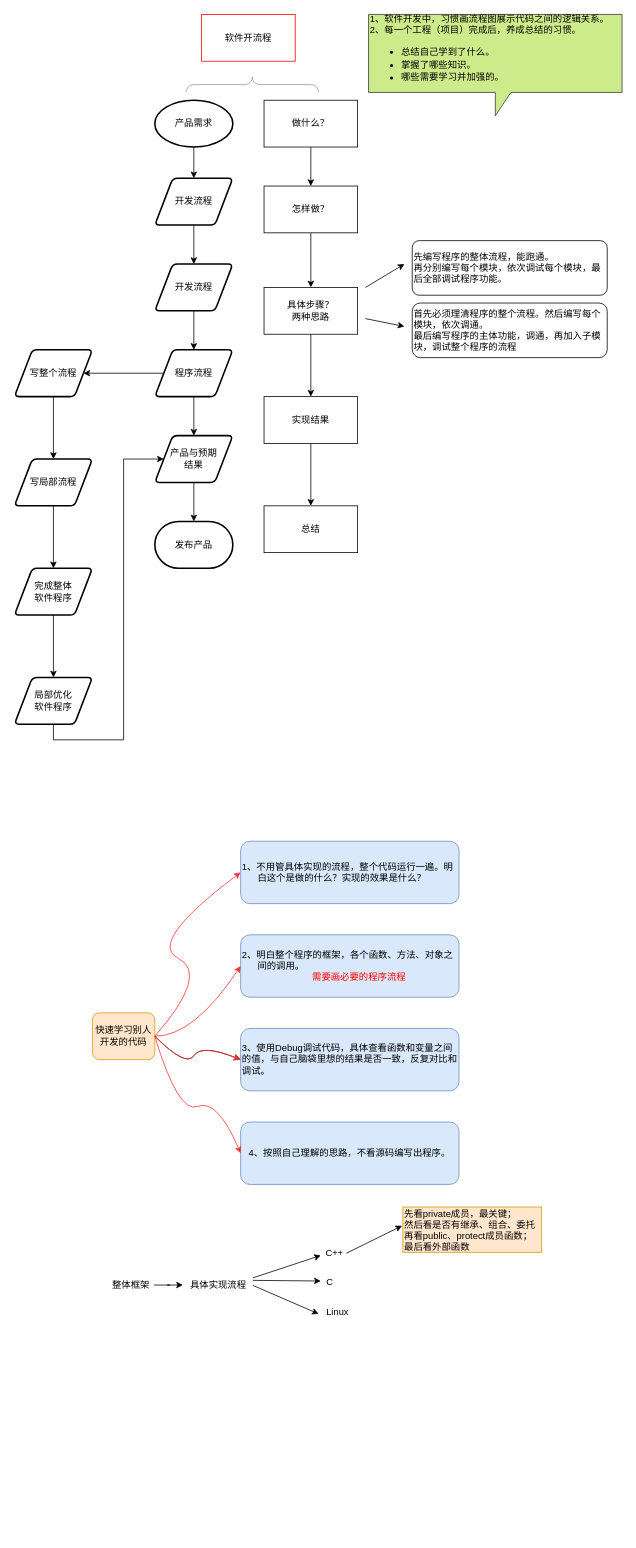
JohnJeep/Learning-CS-Journey keeps this draw.io diagram as page "第 1 页" (1 of 2) of Product/软件开发感悟.drawio. Above is the earlier version. Source tidied: cells renumbered, new cells numbered last; positions are measured from the earlier drawing's top-left corner, leaving out a move shared by most shapes. Both pictures are drawn from the tidied source at 78%, with x=0, y=0 at pixel (14, 14).
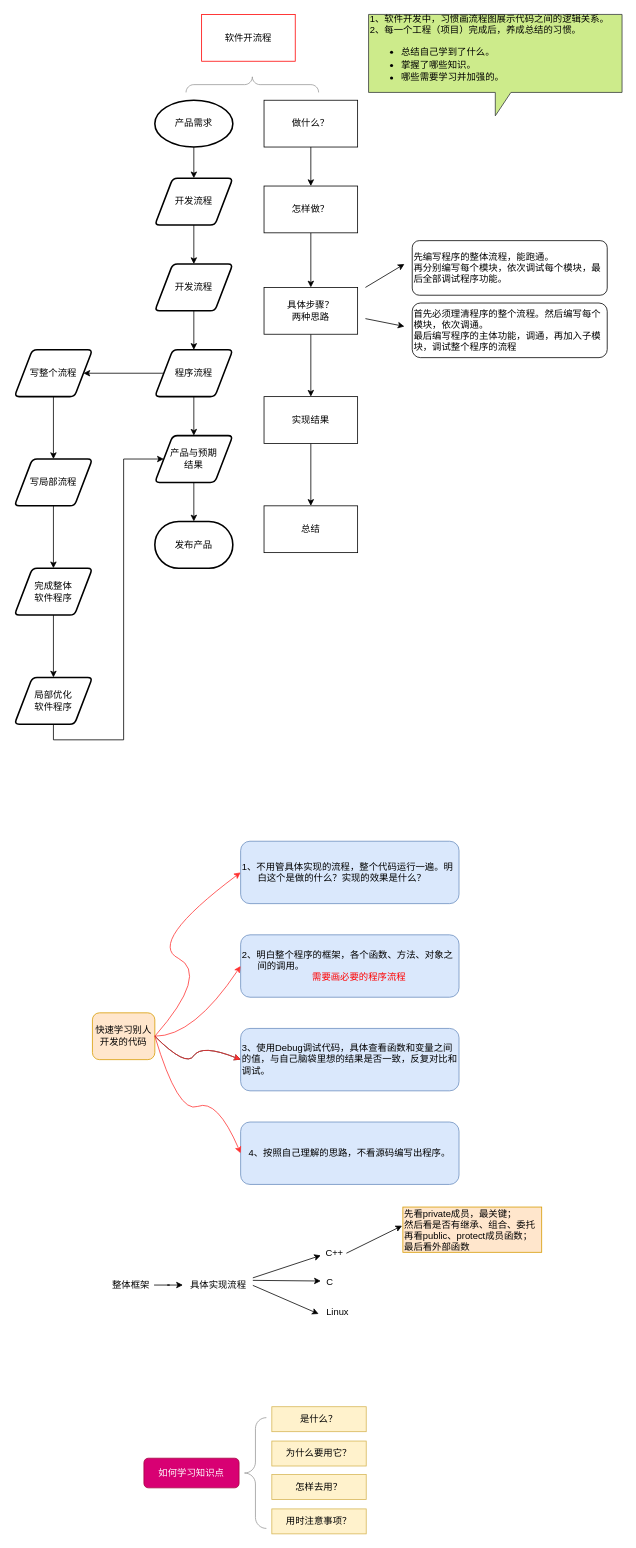
The same page after the edit.

Change to the diagram source:
```diff
@@
+    <mxCell id="59" value="是什么？" style="rounded=0;whiteSpace=wrap;html=1;fillColor=#fff2cc;strokeColor=#d6b656;" parent="1" vertex="1">
+      <mxGeometry x="330" y="1785" width="121" height="32" as="geometry" />
+    </mxCell>
+    <mxCell id="60" value="为什么要用它？" style="rounded=0;whiteSpace=wrap;html=1;fillColor=#fff2cc;strokeColor=#d6b656;" parent="1" vertex="1">
+      <mxGeometry x="330" y="1829" width="121" height="32" as="geometry" />
+    </mxCell>
+    <mxCell id="61" value="怎样去用？" style="rounded=0;whiteSpace=wrap;html=1;fillColor=#fff2cc;strokeColor=#d6b656;" parent="1" vertex="1">
+      <mxGeometry x="330" y="1872" width="121" height="32" as="geometry" />
+    </mxCell>
+    <mxCell id="62" value="用时注意事项？" style="rounded=0;whiteSpace=wrap;html=1;fillColor=#fff2cc;strokeColor=#d6b656;" parent="1" vertex="1">
+      <mxGeometry x="330" y="1916" width="121" height="32" as="geometry" />
+    </mxCell>
+    <mxCell id="63" value="如何学习知识点" style="rounded=1;whiteSpace=wrap;html=1;fillColor=#d80073;strokeColor=#A50040;fontColor=#ffffff;" parent="1" vertex="1">
+      <mxGeometry x="166" y="1851" width="122" height="38" as="geometry" />
+    </mxCell>
+    <mxCell id="64" style="labelPosition=right;align=left;strokeWidth=1;shape=mxgraph.mockup.markup.curlyBrace;html=1;shadow=0;dashed=0;strokeColor=#999999;direction=north;" parent="1" vertex="1">
+      <mxGeometry x="295" y="1799" width="28" height="142" as="geometry" />
+    </mxCell>
```
